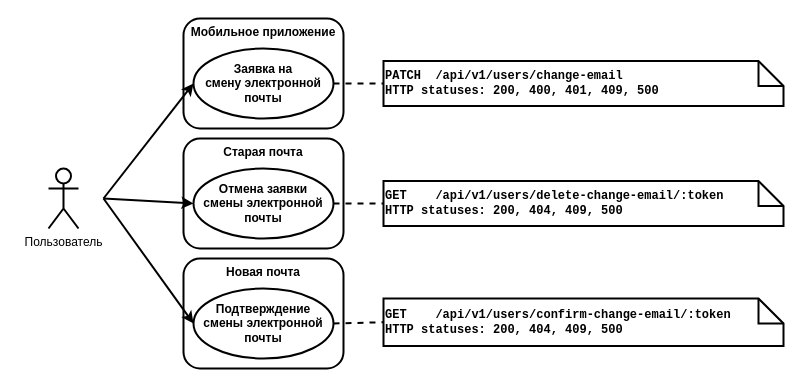
Earlier version of the draw.io diagram sources/images/UML/UML_precedent_change_email.drawio (Pavel-Innokentevich-Galanin/dp_report). Source tidied: cells renumbered, new cells numbered last; positions are measured from the earlier drawing's top-left corner, leaving out a move shared by most shapes. Both pictures are drawn from the tidied source at 100%, with x=0, y=0 at pixel (23, 18).
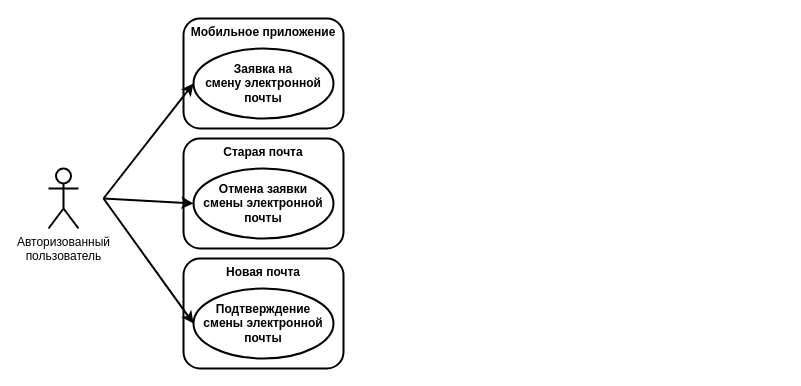
After the change.

Change to the diagram source:
```diff
@@
 <mxGraphModel>
   <root>
     <mxCell id="0" />
     <mxCell id="1" parent="0" />
     <mxCell id="2" value="&amp;nbsp;" style="html=1;whiteSpace=wrap;strokeColor=none;fillColor=none;" parent="1" vertex="1">
       <mxGeometry y="120" width="80" height="120" as="geometry" />
     </mxCell>
     <mxCell id="3" value="Новая почта" style="html=1;whiteSpace=wrap;rounded=1;verticalAlign=top;fontStyle=1;strokeWidth=2;" parent="1" vertex="1">
       <mxGeometry x="160" y="240" width="160" height="110" as="geometry" />
     </mxCell>
     <mxCell id="4" value="&lt;b&gt;Старая почта&lt;/b&gt;" style="html=1;whiteSpace=wrap;rounded=1;verticalAlign=top;strokeWidth=2;" parent="1" vertex="1">
       <mxGeometry x="160" y="120" width="160" height="110" as="geometry" />
     </mxCell>
     <mxCell id="5" value="&lt;b&gt;Мобильное приложение&lt;/b&gt;" style="html=1;whiteSpace=wrap;rounded=1;verticalAlign=top;strokeWidth=2;" parent="1" vertex="1">
       <mxGeometry x="160" width="160" height="110" as="geometry" />
     </mxCell>
-    <mxCell id="6" value="Пользователь" style="shape=umlActor;verticalLabelPosition=bottom;verticalAlign=top;html=1;strokeWidth=2;" parent="1" vertex="1">
+    <mxCell id="6" value="Авторизованный&lt;br&gt;пользователь" style="shape=umlActor;verticalLabelPosition=bottom;verticalAlign=top;html=1;strokeWidth=2;" parent="1" vertex="1">
       <mxGeometry x="25" y="150" width="30" height="60" as="geometry" />
     </mxCell>
-    <mxCell id="7" style="rounded=0;jettySize=auto;html=1;exitX=1;exitY=0.5;exitDx=0;exitDy=0;entryX=0;entryY=0.5;entryDx=0;entryDy=0;entryPerimeter=0;dashed=1;strokeWidth=2;endArrow=none;endFill=0;" parent="1" edge="1" source="8" target="16">
-      <mxGeometry relative="1" as="geometry" />
-    </mxCell>
     <mxCell id="8" value="Заявка на&lt;br&gt;смену электронной почты" style="ellipse;whiteSpace=wrap;html=1;strokeWidth=2;fontStyle=1;" parent="1" vertex="1">
       <mxGeometry x="170" y="30" width="140" height="70" as="geometry" />
     </mxCell>
-    <mxCell id="9" style="rounded=0;jettySize=auto;html=1;exitX=1;exitY=0.5;exitDx=0;exitDy=0;entryX=0;entryY=0.5;entryDx=0;entryDy=0;entryPerimeter=0;strokeWidth=2;endArrow=none;endFill=0;dashed=1;" parent="1" edge="1" source="10" target="17">
-      <mxGeometry relative="1" as="geometry" />
-    </mxCell>
     <mxCell id="10" value="Отмена заявки&lt;br&gt;смены электронной почты" style="ellipse;whiteSpace=wrap;html=1;strokeWidth=2;fontStyle=1;" parent="1" vertex="1">
       <mxGeometry x="170" y="150" width="140" height="70" as="geometry" />
     </mxCell>
-    <mxCell id="11" style="rounded=0;jettySize=auto;html=1;exitX=1;exitY=0.5;exitDx=0;exitDy=0;entryX=0;entryY=0.5;entryDx=0;entryDy=0;entryPerimeter=0;dashed=1;endArrow=none;endFill=0;strokeWidth=2;" parent="1" edge="1" source="12" target="18">
-      <mxGeometry relative="1" as="geometry" />
-    </mxCell>
     <mxCell id="12" value="Подтверждение&lt;br&gt;смены электронной почты" style="ellipse;whiteSpace=wrap;html=1;strokeWidth=2;fontStyle=1;" parent="1" vertex="1">
       <mxGeometry x="170" y="270" width="140" height="70" as="geometry" />
     </mxCell>
     <mxCell id="13" style="rounded=0;jettySize=auto;html=1;exitX=1;exitY=0.5;exitDx=0;exitDy=0;entryX=0;entryY=0.5;entryDx=0;entryDy=0;strokeWidth=2;" parent="1" edge="1" source="2" target="8">
       <mxGeometry relative="1" as="geometry" />
     </mxCell>
     <mxCell id="14" style="rounded=0;jettySize=auto;html=1;exitX=1;exitY=0.5;exitDx=0;exitDy=0;entryX=0;entryY=0.5;entryDx=0;entryDy=0;strokeWidth=2;" parent="1" edge="1" source="2" target="10">
       <mxGeometry relative="1" as="geometry" />
     </mxCell>
     <mxCell id="15" style="rounded=0;jettySize=auto;html=1;exitX=1;exitY=0.5;exitDx=0;exitDy=0;entryX=0;entryY=0.5;entryDx=0;entryDy=0;strokeWidth=2;" parent="1" edge="1" source="2" target="12">
       <mxGeometry relative="1" as="geometry" />
     </mxCell>
-    <mxCell id="16" value="PATCH&amp;nbsp; /api/v1/users/change-email&lt;br&gt;HTTP statuses: 200, 400, 401, 409, 500" style="shape=note2;boundedLbl=1;whiteSpace=wrap;html=1;size=25;verticalAlign=middle;align=left;strokeWidth=2;fontStyle=1;fontFamily=Courier New;" parent="1" vertex="1">
-      <mxGeometry x="360" y="42.5" width="400" height="45" as="geometry" />
-    </mxCell>
-    <mxCell id="17" value="GET&amp;nbsp; &amp;nbsp; /api/v1/users/delete-change-email/:token&lt;br&gt;HTTP statuses: 200, 404, 409, 500" style="shape=note2;boundedLbl=1;whiteSpace=wrap;html=1;size=25;verticalAlign=middle;align=left;strokeWidth=2;fontStyle=1;fontFamily=Courier New;" parent="1" vertex="1">
-      <mxGeometry x="360" y="162.5" width="400" height="45" as="geometry" />
-    </mxCell>
-    <mxCell id="18" value="GET&amp;nbsp; &amp;nbsp; /api/v1/users/confirm-change-email/:token&lt;br&gt;HTTP statuses: 200, 404, 409, 500" style="shape=note2;boundedLbl=1;whiteSpace=wrap;html=1;size=25;verticalAlign=middle;align=left;strokeWidth=2;fontStyle=1;fontFamily=Courier New;" parent="1" vertex="1">
-      <mxGeometry x="360" y="280" width="400" height="47.5" as="geometry" />
-    </mxCell>
   </root>
 </mxGraphModel>
```
